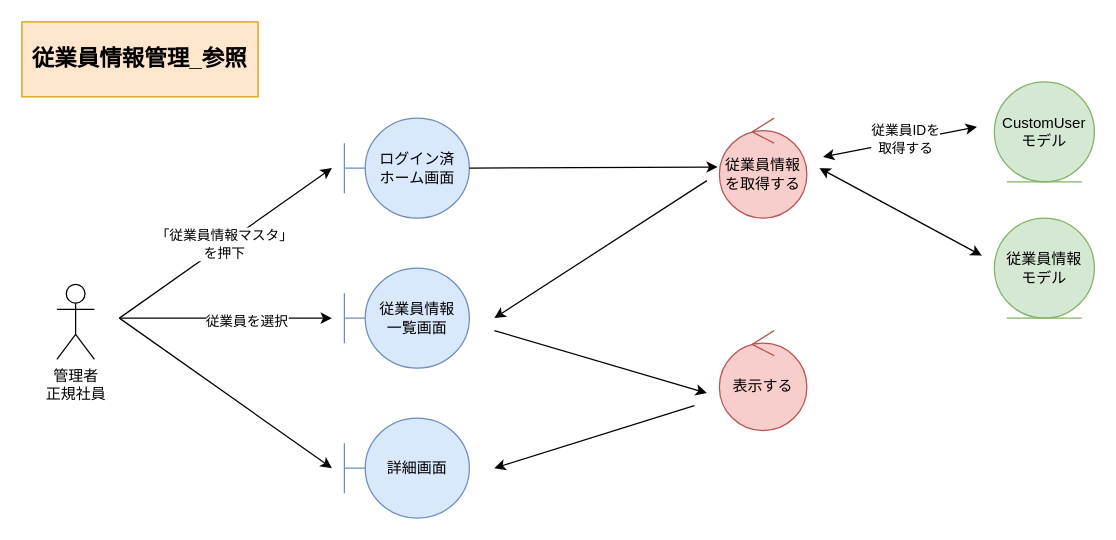
Above: page "*従業員情報管理_参照" (2 of 5) of 各種設計書/3ロバストネス図/マスタ管理/F01従業員マスタ.drawio in HaruShim/Sotuken (draw.io), before the change. Source tidied: cells renumbered, new cells numbered last; positions are measured from the earlier drawing's top-left corner, leaving out a move shared by most shapes. Both pictures are drawn from the tidied source at 125%, with x=0, y=0 at pixel (21, 21).
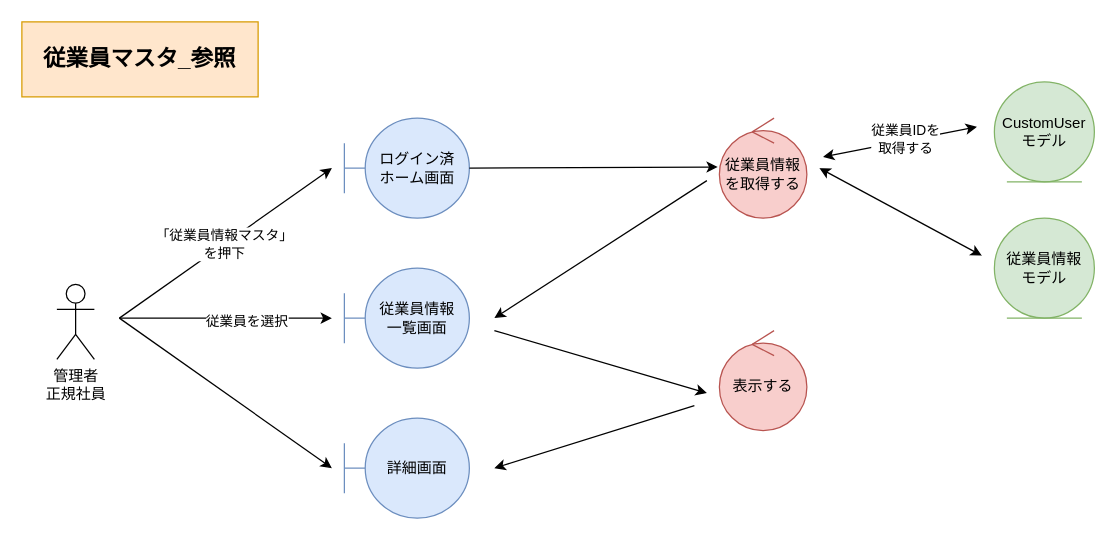
The same diagram, later.

What changed in the source:
```diff
@@
-    <mxCell id="13" value="従業員情報管理_参照" style="rounded=0;whiteSpace=wrap;html=1;fillColor=#ffe6cc;strokeColor=#d79b00;fontStyle=1;fontSize=18;" parent="1" vertex="1">
+    <mxCell id="13" value="従業員マスタ_参照" style="rounded=0;whiteSpace=wrap;html=1;fillColor=#ffe6cc;strokeColor=#d79b00;fontStyle=1;fontSize=18;" parent="1" vertex="1">
       <mxGeometry width="189" height="60" as="geometry" />
     </mxCell>
```
